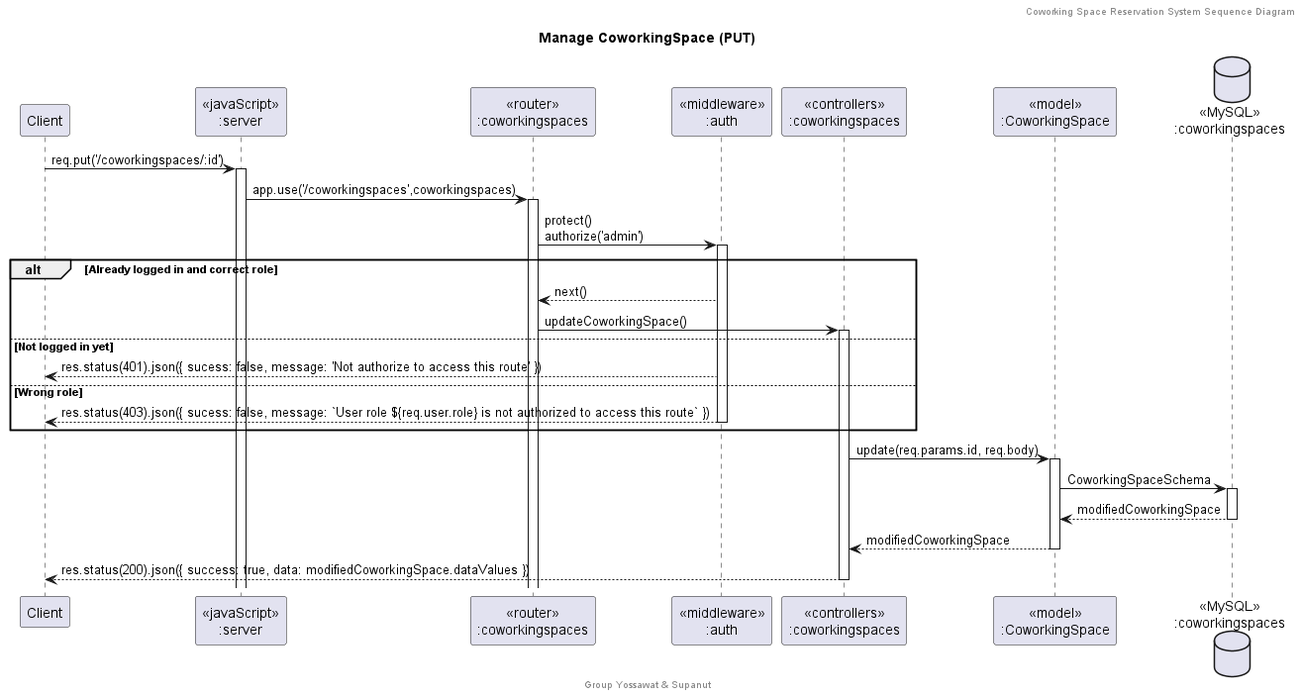
Above: doc/Sequence Diagram/png/Manage CoworkingSpace (PUT).png in SupanutT/sw-dev-prac-project (PlantUML), before the change. Source of this version:
```plantuml
@startuml Manage CoworkingSpace (PUT)

header Coworking Space Reservation System Sequence Diagram
footer Group Yossawat & Supanut
title "Manage CoworkingSpace (PUT)"

participant "Client" as client
participant "<<javaScript>>\n:server" as server
participant "<<router>>\n:coworkingspaces" as routerCoworkingSpaces
participant "<<middleware>>\n:auth" as middleware
participant "<<controllers>>\n:coworkingspaces" as controllersCoworkingSpaces
participant "<<model>>\n:CoworkingSpace" as modelCoworkingSpace
database "<<MySQL>>\n:coworkingspaces" as CoworkingSpacesDatabase

client->server ++:req.put('/coworkingspaces/:id')
server->routerCoworkingSpaces ++:app.use('/coworkingspaces',coworkingspaces)
routerCoworkingSpaces -> middleware ++:protect()\nauthorize('admin')
alt Already logged in and correct role
    middleware --> routerCoworkingSpaces : next()
    routerCoworkingSpaces -> controllersCoworkingSpaces ++: updateCoworkingSpace()
else Not logged in yet
    middleware --> client : res.status(401).json({ sucess: false, message: 'Not authorize to access this route' })
else Wrong role
    middleware --> client --: res.status(403).json({ sucess: false, message: `User role ${req.user.role} is not authorized to access this route` })
end
controllersCoworkingSpaces-> modelCoworkingSpace ++:update(req.params.id, req.body)
modelCoworkingSpace -> CoworkingSpacesDatabase ++: CoworkingSpaceSchema
CoworkingSpacesDatabase --> modelCoworkingSpace --: modifiedCoworkingSpace
controllersCoworkingSpaces <-- modelCoworkingSpace --: modifiedCoworkingSpace
controllersCoworkingSpaces-->client --: res.status(200).json({ success: true, data: modifiedCoworkingSpace.dataValues })

@enduml
```
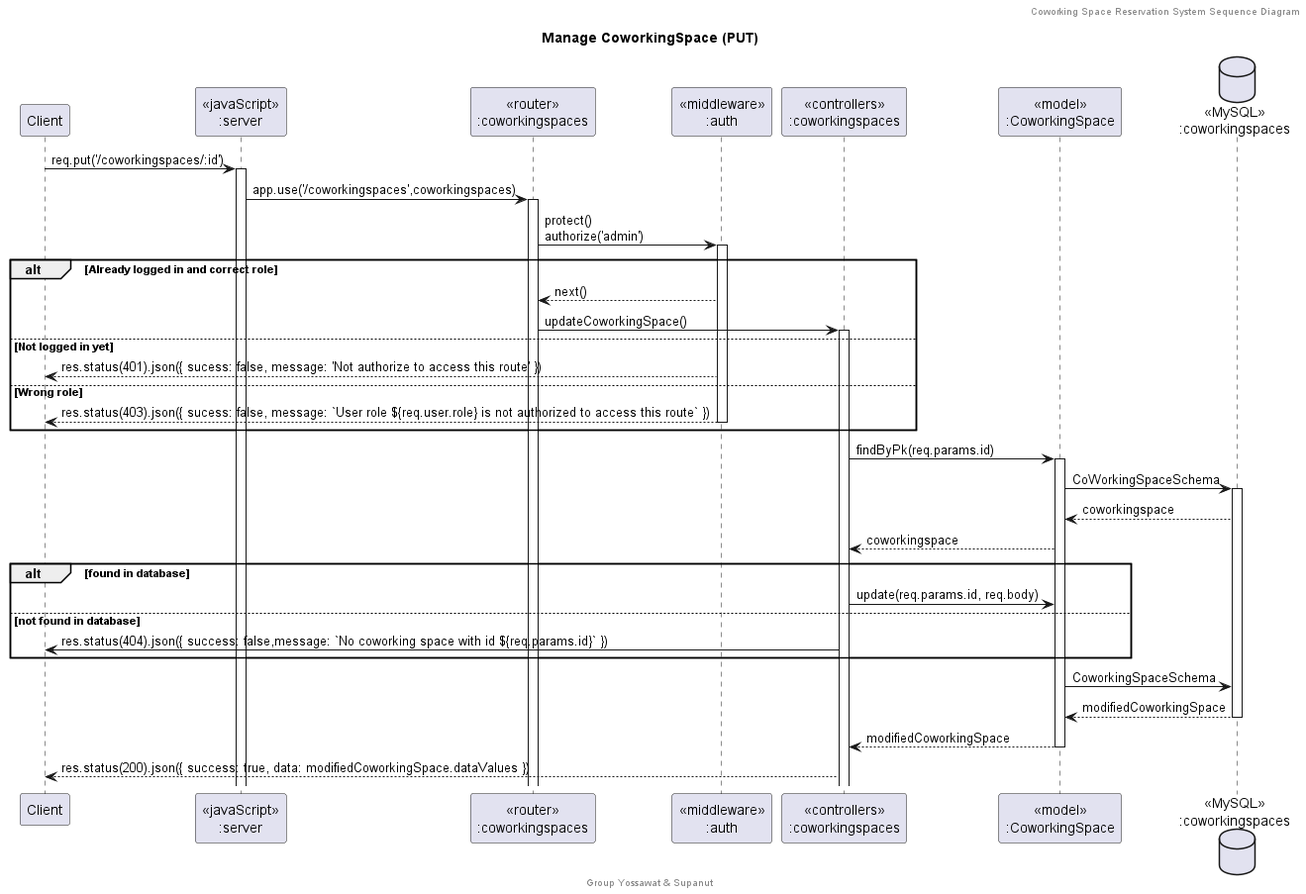
After the commit.

Diff of the diagram source:
```diff
@@ -23,10 +23,19 @@
 else Wrong role
     middleware --> client --: res.status(403).json({ sucess: false, message: `User role ${req.user.role} is not authorized to access this route` })
 end
-controllersCoworkingSpaces-> modelCoworkingSpace ++:update(req.params.id, req.body)
-modelCoworkingSpace -> CoworkingSpacesDatabase ++: CoworkingSpaceSchema
+controllersCoworkingSpaces -> modelCoworkingSpace ++: findByPk(req.params.id)
+modelCoworkingSpace -> CoworkingSpacesDatabase ++: CoWorkingSpaceSchema
+CoworkingSpacesDatabase --> modelCoworkingSpace : coworkingspace
+controllersCoworkingSpaces <-- modelCoworkingSpace : coworkingspace
+alt found in database
+    controllersCoworkingSpaces -> modelCoworkingSpace : update(req.params.id, req.body)
+else not found in database
+    controllersCoworkingSpaces -> client : res.status(404).json({ success: false,message: `No coworking space with id ${req.params.id}` })
+end
+modelCoworkingSpace -> CoworkingSpacesDatabase : CoworkingSpaceSchema
 CoworkingSpacesDatabase --> modelCoworkingSpace --: modifiedCoworkingSpace
 controllersCoworkingSpaces <-- modelCoworkingSpace --: modifiedCoworkingSpace
-controllersCoworkingSpaces-->client --: res.status(200).json({ success: true, data: modifiedCoworkingSpace.dataValues })
+controllersCoworkingSpaces-->client : res.status(200).json({ success: true, data: modifiedCoworkingSpace.dataValues })
+
 
 @enduml
```
